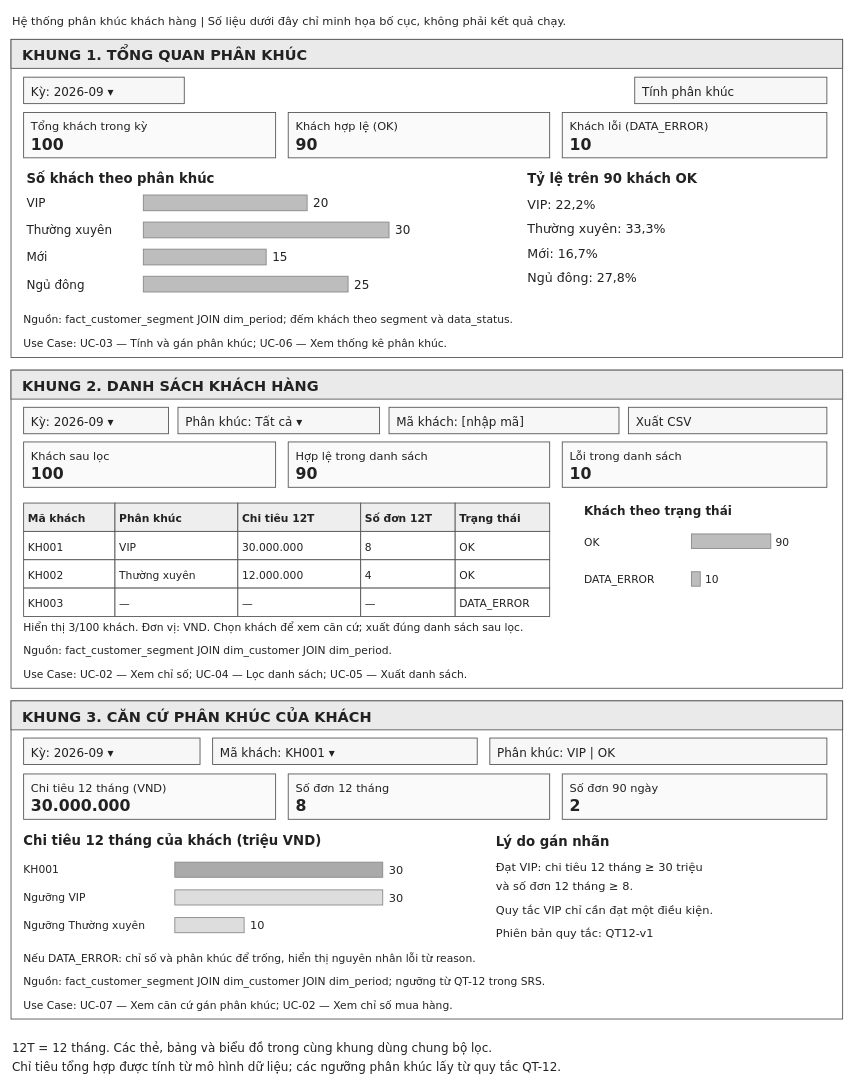
The draw.io diagram docs/wireframe.drawio in Dan00Dan/smartcrm-2374802010428-customer-segmentation, before the edit. Source tidied: cells renumbered, new cells numbered last; positions are measured from the earlier drawing's top-left corner, leaving out a move shared by most shapes. Both pictures are drawn from the tidied source at 63%, with x=0, y=0 at pixel (11, 11).
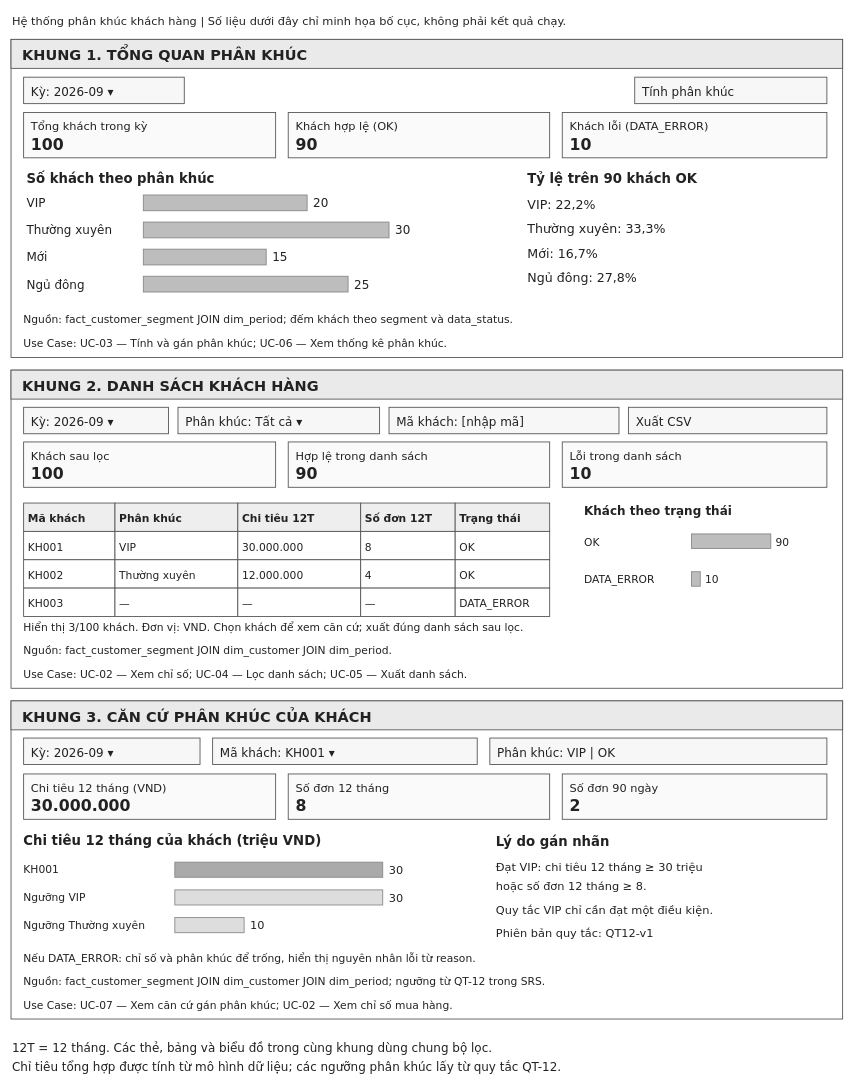
The same diagram, later.

Commit message (it also covers changes not shown here):
docs: điều chỉnh thiết kế theo phản hồi BT1

Diff of the diagram source:
```diff
@@
-    <mxCell id="140" value="và số đơn 12 tháng ≥ 8." style="text;html=0;align=left;verticalAlign=top;spacing=0;fontFamily=DejaVu Sans;fontSize=18;fontStyle=0;fontColor=#222222;whiteSpace=wrap;" parent="1" vertex="1">
+    <mxCell id="140" value="hoặc số đơn 12 tháng ≥ 8." style="text;html=0;align=left;verticalAlign=top;spacing=0;fontFamily=DejaVu Sans;fontSize=18;fontStyle=0;fontColor=#222222;whiteSpace=wrap;" parent="1" vertex="1">
       <mxGeometry x="770" y="1374" width="525" height="27" as="geometry" />
     </mxCell>
```
